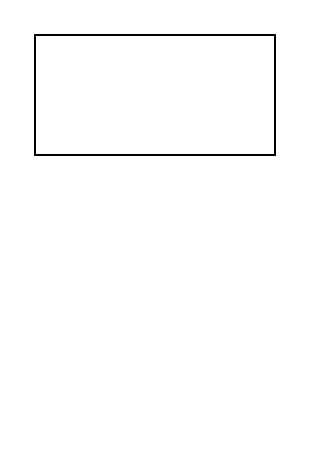
Above: Untitled Diagram.drawio in toddbot/toddbot (draw.io), before the change. Source tidied: cells renumbered, new cells numbered last; positions are measured from the earlier drawing's top-left corner, leaving out a move shared by most shapes. Both pictures are drawn from the tidied source at 200%, with x=0, y=0 at pixel (34, 34).
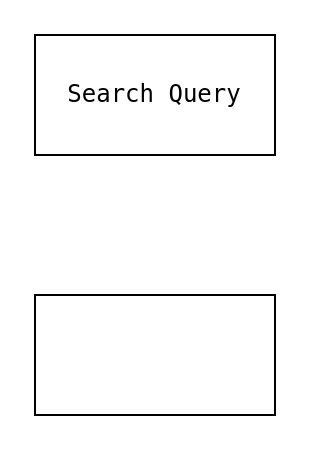
The same page after the edit.

Diff of the diagram source:
```diff
@@
 <mxGraphModel>
   <root>
     <mxCell id="0" />
     <mxCell id="1" parent="0" />
-    <mxCell id="2" style="rounded=0;whiteSpace=wrap;html=1;fontFamily=Lucida Console;" parent="1" vertex="1">
+    <mxCell id="2" value="Search Query" style="rounded=0;whiteSpace=wrap;html=1;fontFamily=Lucida Console;" parent="1" vertex="1">
       <mxGeometry width="120" height="60" as="geometry" />
     </mxCell>
+    <mxCell id="3" style="rounded=0;whiteSpace=wrap;html=1;" parent="1" vertex="1">
+      <mxGeometry y="130" width="120" height="60" as="geometry" />
+    </mxCell>
   </root>
 </mxGraphModel>
```
